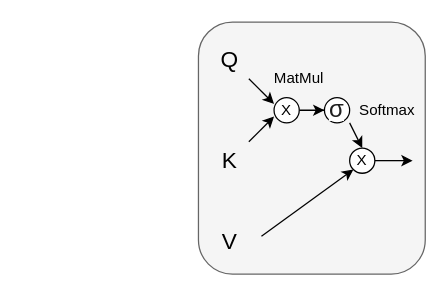
LISH0038/draw.io keeps this draw.io diagram as page "Page-3" (3 of 6) of Untitled Diagram.drawio. Above is the earlier version. Source tidied: cells renumbered, new cells numbered last; positions are measured from the earlier drawing's top-left corner, leaving out a move shared by most shapes. Both pictures are drawn from the tidied source at 126%, with x=0, y=0 at pixel (198, 21).
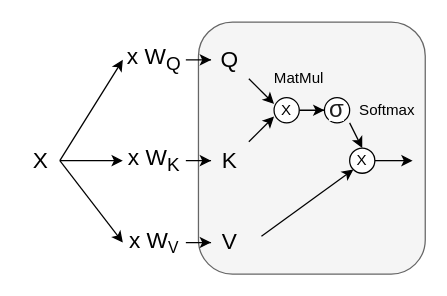
After the change.

The change refers to these unchanged cells:
```xml
<mxCell id="3" value="&lt;font style=&quot;font-size: 18px;&quot;&gt;Q&lt;/font&gt;" style="text;html=1;align=center;verticalAlign=middle;whiteSpace=wrap;rounded=0;" parent="1" vertex="1">
  <mxGeometry x="10" y="15" width="30" height="30" as="geometry" />
</mxCell>
<mxCell id="8" value="&lt;font style=&quot;font-size: 18px;&quot;&gt;K&lt;/font&gt;" style="text;html=1;align=center;verticalAlign=middle;whiteSpace=wrap;rounded=0;" parent="1" vertex="1">
  <mxGeometry x="10" y="95" width="30" height="30" as="geometry" />
</mxCell>
<mxCell id="13" value="&lt;font style=&quot;font-size: 18px;&quot;&gt;V&lt;/font&gt;" style="text;html=1;align=center;verticalAlign=middle;whiteSpace=wrap;rounded=0;" parent="1" vertex="1">
  <mxGeometry x="10" y="160" width="30" height="30" as="geometry" />
</mxCell>
```

Diff of the diagram source:
```diff
@@
+    <mxCell id="17" style="edgeStyle=orthogonalEdgeStyle;rounded=0;jettySize=auto;html=1;endArrow=none;endFill=0;startArrow=classic;startFill=1;" parent="1" edge="1" source="3" target="20">
+      <mxGeometry relative="1" as="geometry" />
+    </mxCell>
@@
+    <mxCell id="18" style="edgeStyle=orthogonalEdgeStyle;rounded=0;jettySize=auto;html=1;" parent="1" edge="1" source="19" target="22">
+      <mxGeometry relative="1" as="geometry" />
+    </mxCell>
+    <mxCell id="19" value="&lt;font style=&quot;font-size: 18px;&quot;&gt;X&lt;/font&gt;" style="text;html=1;align=center;verticalAlign=middle;whiteSpace=wrap;rounded=0;" parent="1" vertex="1">
+      <mxGeometry x="-140" y="95" width="30" height="30" as="geometry" />
+    </mxCell>
+    <mxCell id="20" value="&lt;font style=&quot;font-size: 18px;&quot;&gt;x W&lt;sub&gt;Q&lt;/sub&gt;&lt;/font&gt;" style="text;html=1;align=center;verticalAlign=middle;whiteSpace=wrap;rounded=0;" parent="1" vertex="1">
+      <mxGeometry x="-60" y="15" width="50" height="30" as="geometry" />
+    </mxCell>
+    <mxCell id="21" style="edgeStyle=orthogonalEdgeStyle;rounded=0;jettySize=auto;html=1;" parent="1" edge="1" source="22" target="8">
+      <mxGeometry relative="1" as="geometry" />
+    </mxCell>
+    <mxCell id="22" value="&lt;font style=&quot;font-size: 18px;&quot;&gt;x W&lt;sub&gt;K&lt;/sub&gt;&lt;/font&gt;" style="text;html=1;align=center;verticalAlign=middle;whiteSpace=wrap;rounded=0;" parent="1" vertex="1">
+      <mxGeometry x="-60" y="95" width="50" height="30" as="geometry" />
+    </mxCell>
+    <mxCell id="23" style="edgeStyle=orthogonalEdgeStyle;rounded=0;jettySize=auto;html=1;" parent="1" edge="1" source="24" target="13">
+      <mxGeometry relative="1" as="geometry" />
+    </mxCell>
+    <mxCell id="24" value="&lt;font style=&quot;font-size: 18px;&quot;&gt;x W&lt;/font&gt;&lt;font style=&quot;font-size: 14.999999px;&quot;&gt;&lt;sub&gt;V&lt;/sub&gt;&lt;/font&gt;" style="text;html=1;align=center;verticalAlign=middle;whiteSpace=wrap;rounded=0;" parent="1" vertex="1">
+      <mxGeometry x="-60" y="160" width="50" height="30" as="geometry" />
+    </mxCell>
+    <mxCell id="25" style="endArrow=classic;html=1;rounded=0;exitX=1;exitY=0.5;exitDx=0;exitDy=0;entryX=0;entryY=0.5;entryDx=0;entryDy=0;" parent="1" edge="1" source="19" target="20">
+      <mxGeometry relative="1" as="geometry" />
+    </mxCell>
+    <mxCell id="26" style="endArrow=classic;html=1;rounded=0;entryX=0;entryY=0.5;entryDx=0;entryDy=0;" parent="1" edge="1" target="24">
+      <mxGeometry relative="1" as="geometry">
+        <mxPoint x="-110" y="110" as="sourcePoint" />
+      </mxGeometry>
+    </mxCell>
```
